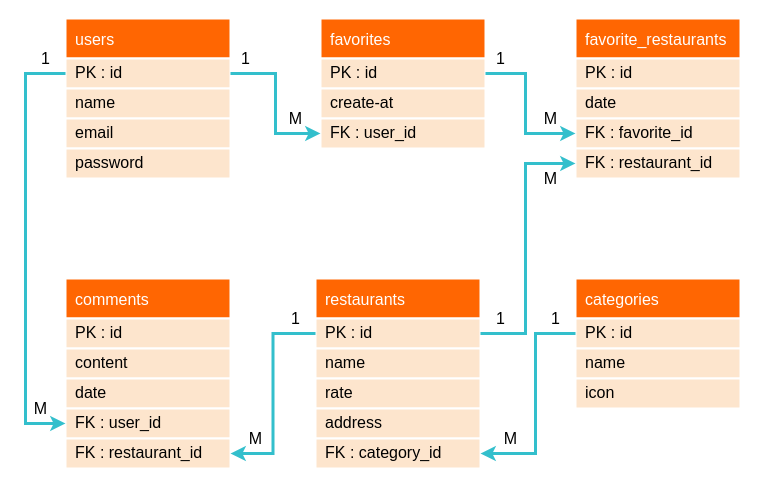
This is 餐廳論壇ERD+Schema.drawio.drawio from z88243310/bins, a draw.io file, before an edit. Source tidied: cells renumbered, new cells numbered last; positions are measured from the earlier drawing's top-left corner, leaving out a move shared by most shapes. Both pictures are drawn from the tidied source at 100%, with x=0, y=0 at pixel (25, 18).
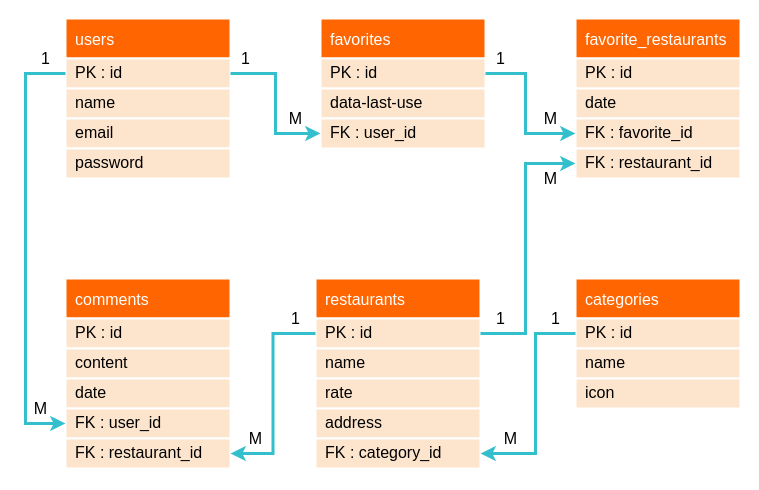
The same page after the edit.

Commit message:
更新餐廳論壇ERD+Schema.drawio.drawio

The change refers to these unchanged cells:
```xml
<mxCell id="7" value="favorites" style="swimlane;fontStyle=0;horizontal=1;startSize=40;align=left;fontSize=16;fontColor=#FFFFFF;fillColor=#FF6602;spacing=0;strokeColor=#FFFFFF;strokeWidth=2;spacingLeft=10;" parent="1" vertex="1">
  <mxGeometry x="295" width="165" height="130" as="geometry" />
</mxCell>
```

Change to the diagram source:
```diff
@@
-    <mxCell id="9" value="create-at" style="text;strokeColor=#FFFFFF;fillColor=#FDE5CD;spacingLeft=10;spacingRight=0;overflow=hidden;fontSize=16;strokeWidth=2;sketch=0;shadow=0;rounded=0;glass=0;spacing=0;" parent="7" vertex="1">
+    <mxCell id="9" value="data-last-use" style="text;strokeColor=#FFFFFF;fillColor=#FDE5CD;spacingLeft=10;spacingRight=0;overflow=hidden;fontSize=16;strokeWidth=2;sketch=0;shadow=0;rounded=0;glass=0;spacing=0;" parent="7" vertex="1">
       <mxGeometry y="70" width="165" height="30" as="geometry" />
     </mxCell>
```
